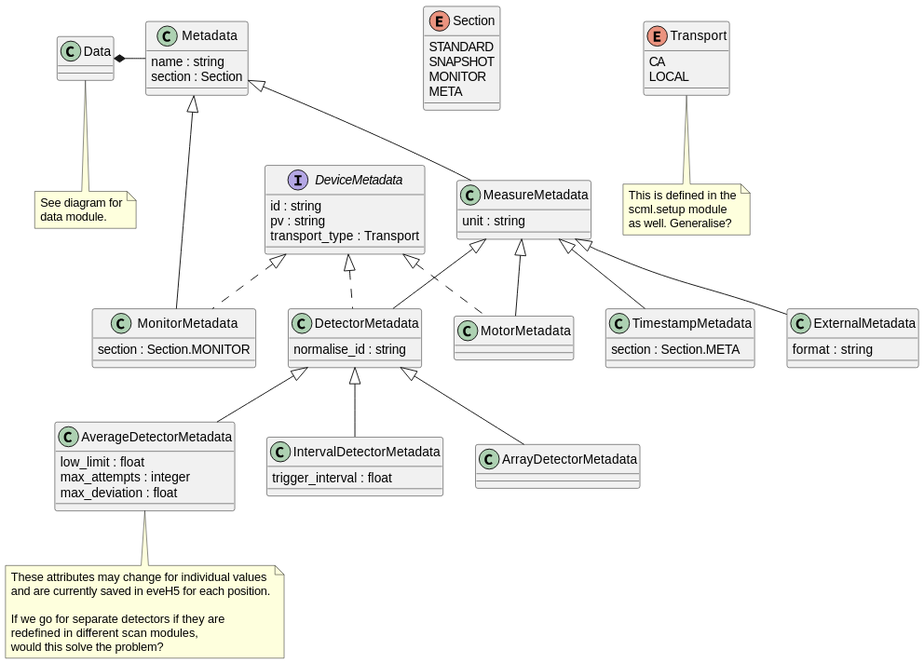
This is docs/uml/evedata.evefile.metadata.svg from tillbiskup/evedata, a PlantUML export, as it was before one commit.
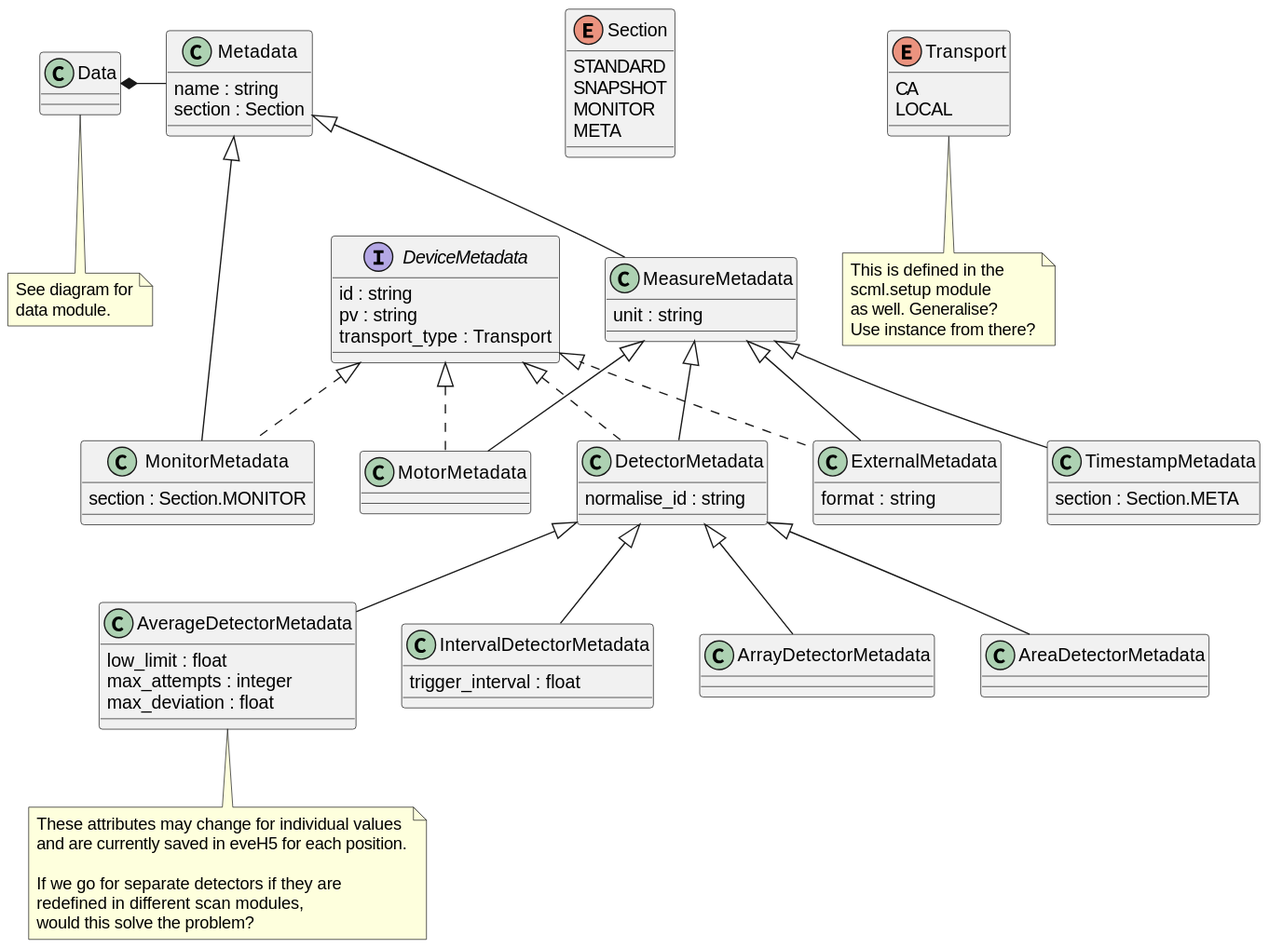
Later version of the same file.

Change to the diagram source:
```diff
@@ -19,7 +19,7 @@
     CA
     LOCAL
 }
-note bottom: This is defined in the\nscml.setup module\nas well. Generalise?
+note bottom: This is defined in the\nscml.setup module\nas well. Generalise?\nUse instance from there?
 
 interface DeviceMetadata {
     id : string
@@ -27,30 +27,30 @@
     transport_type : Transport
 }
 
-class MeasureMetadata {
+class MeasureMetadata extends Metadata {
     unit : string
 }
 
-class MonitorMetadata implements DeviceMetadata {
+class MonitorMetadata extends Metadata implements DeviceMetadata {
     section : Section.MONITOR
 }
 
-class MotorMetadata implements DeviceMetadata  {
+class MotorMetadata extends MeasureMetadata implements DeviceMetadata  {
 }
 
-class DetectorMetadata implements DeviceMetadata  {
+class DetectorMetadata extends MeasureMetadata implements DeviceMetadata  {
     normalise_id : string
 }
 
-class ExternalMetadata {
+class TimestampMetadata extends MeasureMetadata {
+    section : Section.META
+}
+
+class ExternalMetadata extends MeasureMetadata implements DeviceMetadata {
     format : string
 }
 
-class TimestampMetadata {
-    section : Section.META
-}
-
-class AverageDetectorMetadata {
+class AverageDetectorMetadata extends DetectorMetadata {
     low_limit : float
     max_attempts : integer
     max_deviation : float
@@ -64,21 +64,15 @@
     would this solve the problem?
 end note
 
-class IntervalDetectorMetadata {
+class IntervalDetectorMetadata extends DetectorMetadata {
     trigger_interval : float
 }
 
-class ArrayDetectorMetadata {
+class ArrayDetectorMetadata extends DetectorMetadata {
+}
+
+class AreaDetectorMetadata extends DetectorMetadata {
 }
 
 Data *- Metadata
-Metadata <|-- MeasureMetadata
-Metadata <|-- MonitorMetadata
-MeasureMetadata <|-- DetectorMetadata
-MeasureMetadata <|-- MotorMetadata
-MeasureMetadata <|-- ExternalMetadata
-MeasureMetadata <|-- TimestampMetadata
-DetectorMetadata <|-- AverageDetectorMetadata
-DetectorMetadata <|-- IntervalDetectorMetadata
-DetectorMetadata <|-- ArrayDetectorMetadata
 @enduml
```
